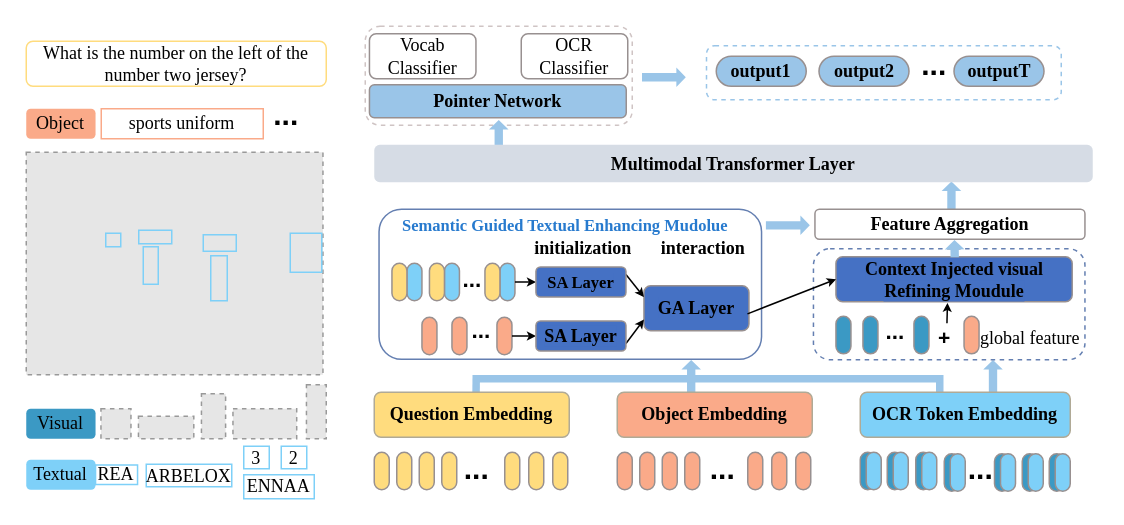
Before: 未命名绘图.drawio in B-matchlsr/awesome-python-cn, a draw.io diagram. Source tidied: cells renumbered, new cells numbered last; positions are measured from the earlier drawing's top-left corner, leaving out a move shared by most shapes. Both pictures are drawn from the tidied source at 150%, with x=0, y=0 at pixel (26, 26). Pictures stored in the file or linked from it are replaced by grey dashed boxes.
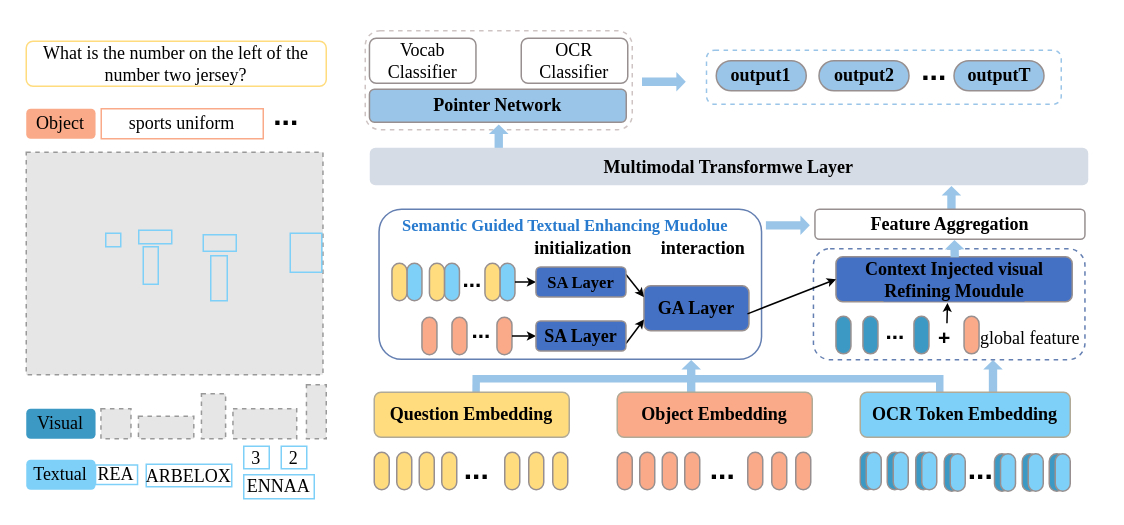
The same diagram, later.

Commit message (it also covers changes not shown here):
更新未命名绘图.drawio

The edit, as a diff of the source:
```diff
@@
     <mxCell id="2" style="rounded=1;whiteSpace=wrap;html=1;strokeColor=#CFC4C4;fontFamily=Helvetica;fontSize=12;fontColor=default;fillColor=none;dashed=1;" parent="1" vertex="1">
-      <mxGeometry x="226" width="178" height="66" as="geometry" />
+      <mxGeometry x="226" y="3" width="178" height="66" as="geometry" />
     </mxCell>
     <mxCell id="3" style="shape=flexArrow;endArrow=classic;html=1;rounded=0;fontFamily=Helvetica;fontSize=12;fontColor=default;endSize=1.7666666666666666;endWidth=6.512345679012345;width=5.555555555555555;startSize=5;fillColor=#9ac5e8;strokeColor=none;" parent="1" edge="1">
       <mxGeometry relative="1" as="geometry">
-        <mxPoint x="315" y="92" as="sourcePoint" />
-        <mxPoint x="315" y="62" as="targetPoint" />
+        <mxPoint x="315" y="95" as="sourcePoint" />
+        <mxPoint x="315" y="65" as="targetPoint" />
       </mxGeometry>
     </mxCell>
@@
     <mxCell id="11" value="&lt;font face=&quot;Times New Roman&quot;&gt;&lt;b&gt;Pointer Network&lt;/b&gt;&lt;/font&gt;" style="rounded=1;whiteSpace=wrap;html=1;strokeColor=#989090;fontFamily=Helvetica;fontSize=12;fontColor=default;fillColor=#9ac5e8;" parent="1" vertex="1">
-      <mxGeometry x="228.8" y="39" width="171.2" height="22" as="geometry" />
+      <mxGeometry x="228.8" y="42" width="171.2" height="22" as="geometry" />
     </mxCell>
     <mxCell id="12" value="&lt;font face=&quot;Times New Roman&quot;&gt;Vocab Classifier&lt;/font&gt;" style="rounded=1;whiteSpace=wrap;html=1;strokeColor=#989090;fontFamily=Helvetica;fontSize=12;fontColor=default;fillColor=none;" parent="1" vertex="1">
-      <mxGeometry x="228.8" y="5" width="71" height="30" as="geometry" />
+      <mxGeometry x="228.8" y="8" width="71" height="30" as="geometry" />
     </mxCell>
     <mxCell id="13" value="&lt;font face=&quot;Times New Roman&quot;&gt;OCR Classifier&lt;/font&gt;" style="rounded=1;whiteSpace=wrap;html=1;strokeColor=#989090;fontFamily=Helvetica;fontSize=12;fontColor=default;fillColor=none;" parent="1" vertex="1">
-      <mxGeometry x="330" y="5" width="71" height="30" as="geometry" />
+      <mxGeometry x="330" y="8" width="71" height="30" as="geometry" />
     </mxCell>
     <mxCell id="14" style="shape=flexArrow;endArrow=classic;html=1;rounded=0;fontFamily=Helvetica;fontSize=12;fontColor=default;endSize=1.7666666666666666;endWidth=6.512345679012345;width=5.555555555555555;startSize=5;fillColor=#9ac5e8;strokeColor=none;" parent="1" edge="1">
       <mxGeometry relative="1" as="geometry">
-        <mxPoint x="410" y="34" as="sourcePoint" />
-        <mxPoint x="440.2" y="34" as="targetPoint" />
+        <mxPoint x="410" y="37" as="sourcePoint" />
+        <mxPoint x="440.2" y="37" as="targetPoint" />
       </mxGeometry>
     </mxCell>
     <mxCell id="15" value="&lt;font face=&quot;Times New Roman&quot;&gt;&lt;b&gt;output1&lt;/b&gt;&lt;/font&gt;" style="rounded=1;whiteSpace=wrap;html=1;arcSize=50;fillColor=#9ac5e8;strokeColor=#989090;" parent="1" vertex="1">
-      <mxGeometry x="460" y="20" width="60" height="20" as="geometry" />
+      <mxGeometry x="460" y="23" width="60" height="20" as="geometry" />
     </mxCell>
     <mxCell id="16" value="&lt;font face=&quot;Times New Roman&quot;&gt;&lt;b&gt;output2&lt;/b&gt;&lt;/font&gt;" style="rounded=1;whiteSpace=wrap;html=1;arcSize=50;fillColor=#9ac5e8;strokeColor=#989090;" parent="1" vertex="1">
-      <mxGeometry x="528.5" y="20" width="60" height="20" as="geometry" />
+      <mxGeometry x="528.5" y="23" width="60" height="20" as="geometry" />
     </mxCell>
     <mxCell id="17" value="&lt;font face=&quot;Times New Roman&quot;&gt;&lt;b&gt;outputT&lt;/b&gt;&lt;/font&gt;" style="rounded=1;whiteSpace=wrap;html=1;arcSize=50;fillColor=#9ac5e8;strokeColor=#989090;" parent="1" vertex="1">
-      <mxGeometry x="618.5" y="20" width="60" height="20" as="geometry" />
+      <mxGeometry x="618.5" y="23" width="60" height="20" as="geometry" />
     </mxCell>
     <mxCell id="18" value="&lt;b&gt;&lt;font style=&quot;font-size: 20px;&quot;&gt;...&lt;/font&gt;&lt;/b&gt;" style="text;html=1;align=center;verticalAlign=middle;strokeColor=none;fillColor=none;" parent="1" vertex="1">
-      <mxGeometry x="584.5" y="5" width="40" height="40" as="geometry" />
+      <mxGeometry x="584.5" y="8" width="40" height="40" as="geometry" />
     </mxCell>
     <mxCell id="19" style="rounded=1;whiteSpace=wrap;html=1;strokeColor=#9ac5e8;fontFamily=Helvetica;fontSize=12;fontColor=default;fillColor=none;dashed=1;" parent="1" vertex="1">
-      <mxGeometry x="453.5" y="13" width="236.5" height="36" as="geometry" />
+      <mxGeometry x="453.5" y="16" width="236.5" height="36" as="geometry" />
     </mxCell>
@@
     <mxCell id="21" style="shape=flexArrow;endArrow=classic;html=1;rounded=0;fontFamily=Helvetica;fontSize=12;fontColor=default;endSize=1.7666666666666666;endWidth=6.512345679012345;width=5.555555555555555;startSize=5;fillColor=#9ac5e8;strokeColor=none;" parent="1" edge="1">
       <mxGeometry relative="1" as="geometry">
-        <mxPoint x="616.8" y="133" as="sourcePoint" />
-        <mxPoint x="616.8" y="103" as="targetPoint" />
+        <mxPoint x="616.8" y="136" as="sourcePoint" />
+        <mxPoint x="616.8" y="106" as="targetPoint" />
       </mxGeometry>
     </mxCell>
@@
-    <mxCell id="57" value="&lt;font style=&quot;&quot; face=&quot;Times New Roman&quot;&gt;&lt;b style=&quot;background-color: rgb(214, 220, 229);&quot;&gt;Multimodal Transformer Layer&lt;/b&gt;&lt;/font&gt;" style="rounded=1;whiteSpace=wrap;html=1;strokeColor=none;fontFamily=Helvetica;fontSize=12;fontColor=default;fillColor=#d6dce5;" parent="1" vertex="1">
-      <mxGeometry x="232" y="79" width="479" height="25" as="geometry" />
-    </mxCell>
@@
+    <mxCell id="115" value="&lt;font face=&quot;Times New Roman&quot;&gt;&lt;b&gt;Multimodal Transformwe Layer&lt;/b&gt;&lt;/font&gt;" style="rounded=1;whiteSpace=wrap;html=1;strokeColor=none;fontFamily=Helvetica;fontSize=12;fontColor=default;fillColor=#d6dce5;" parent="1" vertex="1">
+      <mxGeometry x="229" y="81" width="479" height="25" as="geometry" />
+    </mxCell>
```
